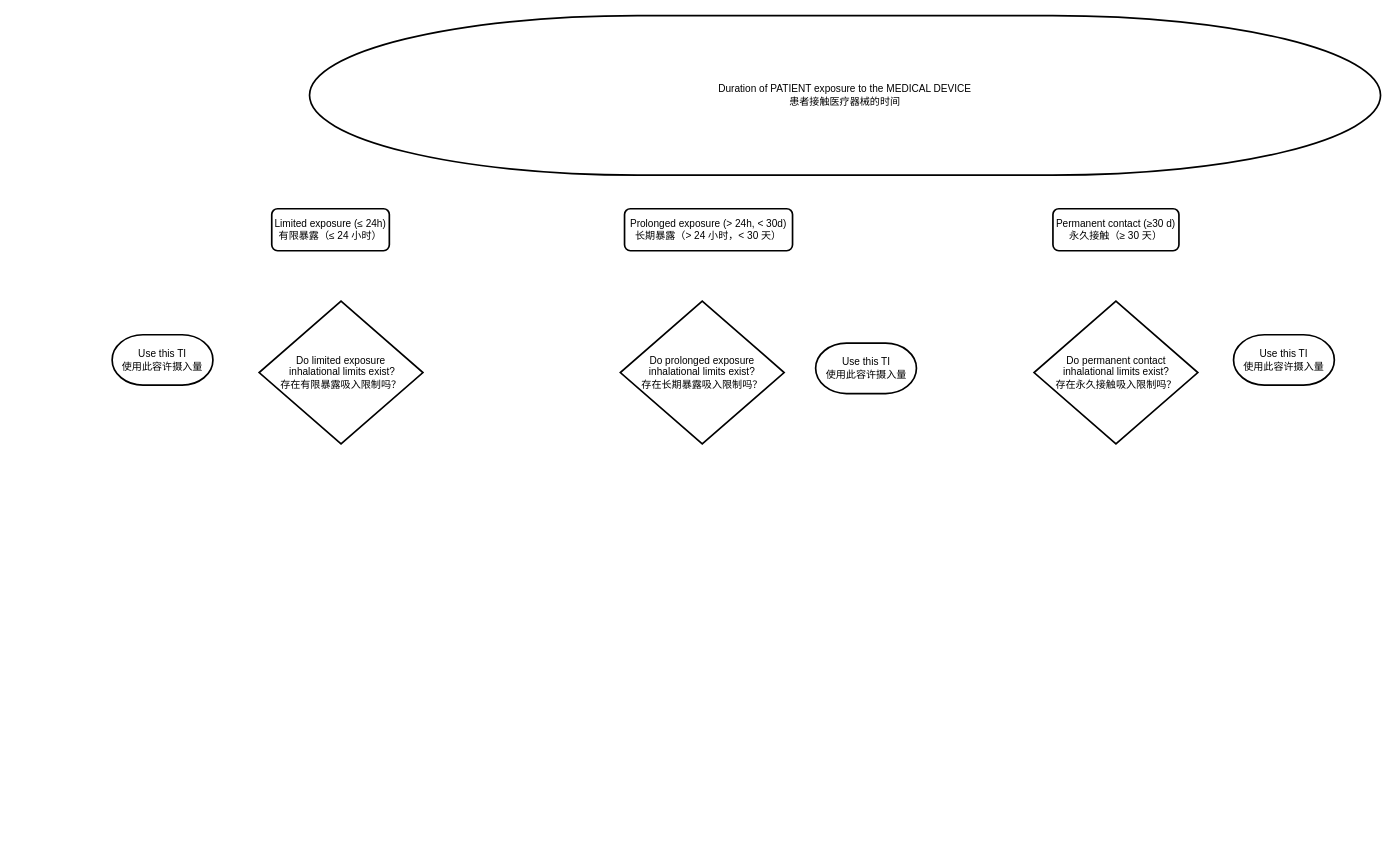
kamasylvia/draw.io keeps this draw.io diagram as ISO 18562-1 Fig 3.drawio. Above is the earlier version. Source tidied: cells renumbered, new cells numbered last; positions are measured from the earlier drawing's top-left corner, leaving out a move shared by most shapes. Both pictures are drawn from the tidied source at 84%, with x=0, y=0 at pixel (112, 15).
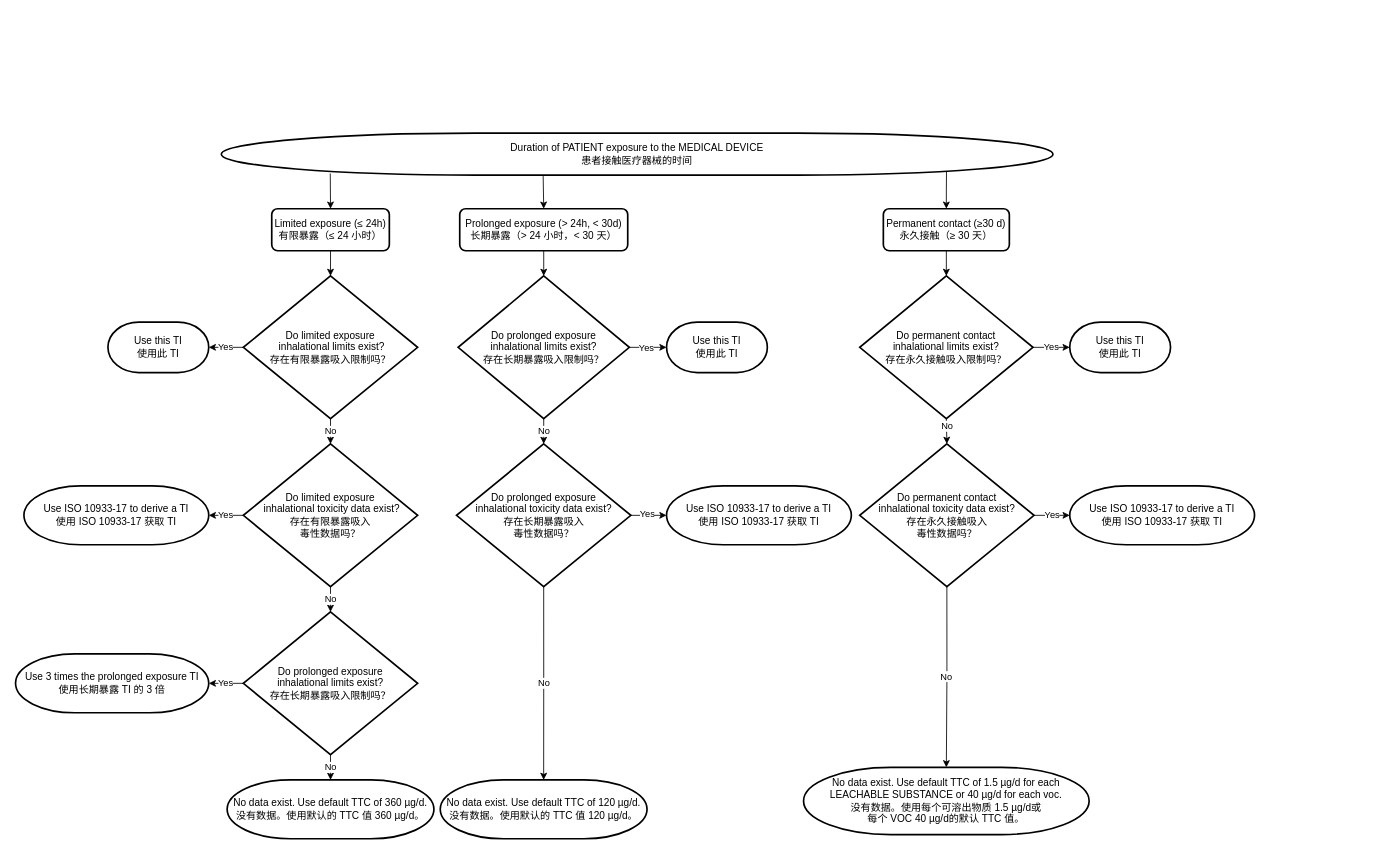
The same diagram, later.

Unchanged cells that the change refers to:
```xml
<mxCell id="3" value="Limited exposure (≤ 24h)&lt;br&gt;有限暴露（≤ 24 小时）" style="rounded=1;whiteSpace=wrap;html=1;absoluteArcSize=1;arcSize=14;strokeWidth=2;" parent="1" vertex="1">
  <mxGeometry x="190" y="230" width="140" height="50" as="geometry" />
</mxCell>
```

The edit, as a diff of the source:
```diff
@@
     <mxCell id="2" value="Duration of PATIENT exposure to the MEDICAL DEVICE&lt;br&gt;患者接触医疗器械的时间" style="strokeWidth=2;html=1;shape=mxgraph.flowchart.terminator;whiteSpace=wrap;" parent="1" vertex="1">
-      <mxGeometry x="235" width="1275" height="190" as="geometry" />
+      <mxGeometry x="130" y="140" width="990" height="50" as="geometry" />
     </mxCell>
+    <mxCell id="12" style="edgeStyle=orthogonalEdgeStyle;rounded=0;jettySize=auto;html=1;exitX=0.5;exitY=1;exitDx=0;exitDy=0;entryX=0.5;entryY=0;entryDx=0;entryDy=0;entryPerimeter=0;" parent="1" edge="1" source="3" target="6">
+      <mxGeometry relative="1" as="geometry" />
+    </mxCell>
@@
+    <mxCell id="13" style="edgeStyle=orthogonalEdgeStyle;rounded=0;jettySize=auto;html=1;exitX=0.5;exitY=0;exitDx=0;exitDy=0;entryX=0.387;entryY=1.022;entryDx=0;entryDy=0;entryPerimeter=0;startArrow=classic;startFill=1;endArrow=none;endFill=0;" parent="1" edge="1" source="4" target="2">
+      <mxGeometry relative="1" as="geometry" />
+    </mxCell>
+    <mxCell id="14" style="edgeStyle=orthogonalEdgeStyle;rounded=0;jettySize=auto;html=1;exitX=0.5;exitY=1;exitDx=0;exitDy=0;entryX=0.5;entryY=0;entryDx=0;entryDy=0;entryPerimeter=0;" parent="1" edge="1" source="4" target="8">
+      <mxGeometry relative="1" as="geometry" />
+    </mxCell>
     <mxCell id="4" value="Prolonged exposure (&amp;gt; 24h, &amp;lt; 30d)&lt;br&gt;长期暴露（&amp;gt; 24 小时，&amp;lt; 30 天）" style="rounded=1;whiteSpace=wrap;html=1;absoluteArcSize=1;arcSize=14;strokeWidth=2;" parent="1" vertex="1">
-      <mxGeometry x="610" y="230" width="200" height="50" as="geometry" />
+      <mxGeometry x="413.8" y="230" width="200" height="50" as="geometry" />
     </mxCell>
+    <mxCell id="15" style="edgeStyle=orthogonalEdgeStyle;rounded=0;jettySize=auto;html=1;exitX=0.5;exitY=0;exitDx=0;exitDy=0;entryX=0.872;entryY=0.919;entryDx=0;entryDy=0;entryPerimeter=0;endArrow=none;endFill=0;startArrow=classic;startFill=1;" parent="1" edge="1" source="5" target="2">
+      <mxGeometry relative="1" as="geometry" />
+    </mxCell>
+    <mxCell id="16" style="edgeStyle=orthogonalEdgeStyle;rounded=0;jettySize=auto;html=1;exitX=0.5;exitY=1;exitDx=0;exitDy=0;entryX=0.5;entryY=0;entryDx=0;entryDy=0;entryPerimeter=0;" parent="1" edge="1" source="5" target="9">
+      <mxGeometry relative="1" as="geometry" />
+    </mxCell>
     <mxCell id="5" value="Permanent contact (≥30 d)&lt;br&gt;永久接触（≥ 30 天）" style="rounded=1;whiteSpace=wrap;html=1;absoluteArcSize=1;arcSize=14;strokeWidth=2;" parent="1" vertex="1">
-      <mxGeometry x="1120" y="230" width="150" height="50" as="geometry" />
+      <mxGeometry x="918.1" y="230" width="150" height="50" as="geometry" />
     </mxCell>
+    <mxCell id="17" value="No" style="edgeStyle=orthogonalEdgeStyle;rounded=0;jettySize=auto;html=1;exitX=0.5;exitY=1;exitDx=0;exitDy=0;exitPerimeter=0;entryX=0.5;entryY=0;entryDx=0;entryDy=0;entryPerimeter=0;" parent="1" edge="1" source="6" target="27">
+      <mxGeometry relative="1" as="geometry" />
+    </mxCell>
+    <mxCell id="18" value="Yes" style="edgeStyle=orthogonalEdgeStyle;rounded=0;jettySize=auto;html=1;exitX=0;exitY=0.5;exitDx=0;exitDy=0;exitPerimeter=0;entryX=1;entryY=0.5;entryDx=0;entryDy=0;entryPerimeter=0;" parent="1" edge="1" source="6" target="7">
+      <mxGeometry relative="1" as="geometry" />
+    </mxCell>
     <mxCell id="6" value="Do limited exposure&lt;br&gt;&amp;nbsp;inhalational limits exist?&lt;br&gt;存在有限暴露吸入限制吗？" style="strokeWidth=2;html=1;shape=mxgraph.flowchart.decision;whiteSpace=wrap;" parent="1" vertex="1">
-      <mxGeometry x="175" y="340" width="195" height="170" as="geometry" />
+      <mxGeometry x="156.2" y="310" width="207.5" height="170" as="geometry" />
     </mxCell>
-    <mxCell id="7" value="Use this TI&lt;br&gt;使用此容许摄入量" style="strokeWidth=2;html=1;shape=mxgraph.flowchart.terminator;whiteSpace=wrap;" parent="1" vertex="1">
-      <mxGeometry y="380" width="120" height="60" as="geometry" />
+    <mxCell id="7" value="Use this TI&lt;br&gt;使用此 TI" style="strokeWidth=2;html=1;shape=mxgraph.flowchart.terminator;whiteSpace=wrap;" parent="1" vertex="1">
+      <mxGeometry x="-5" y="365" width="120" height="60" as="geometry" />
     </mxCell>
+    <mxCell id="19" value="No" style="edgeStyle=orthogonalEdgeStyle;rounded=0;jettySize=auto;html=1;exitX=0.5;exitY=1;exitDx=0;exitDy=0;exitPerimeter=0;entryX=0.5;entryY=0;entryDx=0;entryDy=0;entryPerimeter=0;" parent="1" edge="1" source="8" target="31">
+      <mxGeometry relative="1" as="geometry" />
+    </mxCell>
+    <mxCell id="20" style="edgeStyle=orthogonalEdgeStyle;rounded=0;jettySize=auto;html=1;exitX=1;exitY=0.5;exitDx=0;exitDy=0;exitPerimeter=0;entryX=0;entryY=0.5;entryDx=0;entryDy=0;entryPerimeter=0;" parent="1" edge="1" source="8" target="10">
+      <mxGeometry relative="1" as="geometry" />
+    </mxCell>
+    <mxCell id="21" value="Yes" style="edgeLabel;html=1;align=center;verticalAlign=middle;" parent="20" vertex="1">
+      <mxGeometry x="-0.09" relative="1" as="geometry" />
+    </mxCell>
     <mxCell id="8" value="Do prolonged exposure &lt;br&gt;inhalational limits exist?&lt;br&gt;存在长期暴露吸入限制吗？" style="strokeWidth=2;html=1;shape=mxgraph.flowchart.decision;whiteSpace=wrap;" parent="1" vertex="1">
-      <mxGeometry x="605" y="340" width="195" height="170" as="geometry" />
+      <mxGeometry x="411.9" y="310" width="203.8" height="170" as="geometry" />
     </mxCell>
+    <mxCell id="22" style="edgeStyle=orthogonalEdgeStyle;rounded=0;jettySize=auto;html=1;exitX=0.5;exitY=1;exitDx=0;exitDy=0;exitPerimeter=0;entryX=0.5;entryY=0;entryDx=0;entryDy=0;entryPerimeter=0;" parent="1" edge="1" source="9" target="34">
+      <mxGeometry relative="1" as="geometry" />
+    </mxCell>
+    <mxCell id="23" value="No" style="edgeLabel;html=1;align=center;verticalAlign=middle;" parent="22" vertex="1">
+      <mxGeometry x="-0.41" relative="1" as="geometry" />
+    </mxCell>
+    <mxCell id="24" value="Yes" style="edgeStyle=orthogonalEdgeStyle;rounded=0;jettySize=auto;html=1;exitX=1;exitY=0.5;exitDx=0;exitDy=0;exitPerimeter=0;entryX=0;entryY=0.5;entryDx=0;entryDy=0;entryPerimeter=0;" parent="1" edge="1" source="9" target="11">
+      <mxGeometry relative="1" as="geometry" />
+    </mxCell>
     <mxCell id="9" value="Do permanent contact&lt;br&gt;inhalational limits exist?&lt;br&gt;存在永久接触吸入限制吗？" style="strokeWidth=2;html=1;shape=mxgraph.flowchart.decision;whiteSpace=wrap;" parent="1" vertex="1">
-      <mxGeometry x="1097.5" y="340" width="195" height="170" as="geometry" />
+      <mxGeometry x="890" y="310" width="206.2" height="170" as="geometry" />
     </mxCell>
-    <mxCell id="10" value="Use this TI&lt;br&gt;使用此容许摄入量" style="strokeWidth=2;html=1;shape=mxgraph.flowchart.terminator;whiteSpace=wrap;" parent="1" vertex="1">
-      <mxGeometry x="837.5" y="390" width="120" height="60" as="geometry" />
+    <mxCell id="10" value="Use this TI&lt;br&gt;使用此 TI" style="strokeWidth=2;html=1;shape=mxgraph.flowchart.terminator;whiteSpace=wrap;" parent="1" vertex="1">
+      <mxGeometry x="660" y="365" width="120" height="60" as="geometry" />
     </mxCell>
-    <mxCell id="11" value="Use this TI&lt;br&gt;使用此容许摄入量" style="strokeWidth=2;html=1;shape=mxgraph.flowchart.terminator;whiteSpace=wrap;" parent="1" vertex="1">
-      <mxGeometry x="1335" y="380" width="120" height="60" as="geometry" />
+    <mxCell id="11" value="Use this TI&lt;br&gt;使用此 TI" style="strokeWidth=2;html=1;shape=mxgraph.flowchart.terminator;whiteSpace=wrap;" parent="1" vertex="1">
+      <mxGeometry x="1140" y="365" width="120" height="60" as="geometry" />
     </mxCell>
+    <mxCell id="25" value="Yes" style="edgeStyle=orthogonalEdgeStyle;rounded=0;jettySize=auto;html=1;exitX=0;exitY=0.5;exitDx=0;exitDy=0;exitPerimeter=0;entryX=1;entryY=0.5;entryDx=0;entryDy=0;entryPerimeter=0;" parent="1" edge="1" source="27" target="35">
+      <mxGeometry relative="1" as="geometry" />
+    </mxCell>
+    <mxCell id="26" value="No" style="edgeStyle=orthogonalEdgeStyle;rounded=0;jettySize=auto;html=1;exitX=0.5;exitY=1;exitDx=0;exitDy=0;exitPerimeter=0;entryX=0.5;entryY=0;entryDx=0;entryDy=0;entryPerimeter=0;" parent="1" edge="1" source="27" target="41">
+      <mxGeometry relative="1" as="geometry" />
+    </mxCell>
+    <mxCell id="27" value="Do limited exposure&lt;br&gt;&amp;nbsp;inhalational toxicity data exist?&lt;br&gt;存在有限暴露吸入&lt;br&gt;毒性数据吗？" style="strokeWidth=2;html=1;shape=mxgraph.flowchart.decision;whiteSpace=wrap;" parent="1" vertex="1">
+      <mxGeometry x="156.2" y="510" width="207.5" height="170" as="geometry" />
+    </mxCell>
+    <mxCell id="28" value="No" style="edgeStyle=orthogonalEdgeStyle;rounded=0;jettySize=auto;html=1;exitX=0.5;exitY=1;exitDx=0;exitDy=0;exitPerimeter=0;entryX=0.5;entryY=0;entryDx=0;entryDy=0;entryPerimeter=0;" parent="1" edge="1" source="31" target="43">
+      <mxGeometry relative="1" as="geometry" />
+    </mxCell>
+    <mxCell id="29" style="edgeStyle=orthogonalEdgeStyle;rounded=0;jettySize=auto;html=1;exitX=1;exitY=0.5;exitDx=0;exitDy=0;exitPerimeter=0;entryX=0;entryY=0.5;entryDx=0;entryDy=0;entryPerimeter=0;" parent="1" edge="1" source="31" target="36">
+      <mxGeometry relative="1" as="geometry" />
+    </mxCell>
+    <mxCell id="30" value="Yes" style="edgeLabel;html=1;align=center;verticalAlign=middle;" parent="29" vertex="1">
+      <mxGeometry x="-0.11" y="2" relative="1" as="geometry" />
+    </mxCell>
+    <mxCell id="31" value="Do prolonged exposure &lt;br&gt;inhalational toxicity data exist?&lt;br&gt;存在长期暴露吸入&lt;br&gt;毒性数据吗？" style="strokeWidth=2;html=1;shape=mxgraph.flowchart.decision;whiteSpace=wrap;" parent="1" vertex="1">
+      <mxGeometry x="410" y="510" width="207.5" height="170" as="geometry" />
+    </mxCell>
+    <mxCell id="32" value="Yes" style="edgeStyle=orthogonalEdgeStyle;rounded=0;jettySize=auto;html=1;exitX=1;exitY=0.5;exitDx=0;exitDy=0;exitPerimeter=0;entryX=0;entryY=0.5;entryDx=0;entryDy=0;entryPerimeter=0;" parent="1" edge="1" source="34" target="37">
+      <mxGeometry relative="1" as="geometry" />
+    </mxCell>
+    <mxCell id="33" value="No" style="edgeStyle=orthogonalEdgeStyle;rounded=0;jettySize=auto;html=1;exitX=0.5;exitY=1;exitDx=0;exitDy=0;exitPerimeter=0;entryX=0.5;entryY=0;entryDx=0;entryDy=0;entryPerimeter=0;" parent="1" edge="1" source="34" target="44">
+      <mxGeometry relative="1" as="geometry" />
+    </mxCell>
+    <mxCell id="34" value="Do permanent contact&lt;br&gt;inhalational toxicity data exist?&lt;br&gt;存在永久接触吸入&lt;br&gt;毒性数据吗？" style="strokeWidth=2;html=1;shape=mxgraph.flowchart.decision;whiteSpace=wrap;" parent="1" vertex="1">
+      <mxGeometry x="890" y="510" width="207.5" height="170" as="geometry" />
+    </mxCell>
+    <mxCell id="35" value="Use ISO 10933-17 to derive a TI&lt;br&gt;使用 ISO 10933-17 获取 TI" style="strokeWidth=2;html=1;shape=mxgraph.flowchart.terminator;whiteSpace=wrap;" parent="1" vertex="1">
+      <mxGeometry x="-105" y="560" width="220" height="70" as="geometry" />
+    </mxCell>
+    <mxCell id="36" value="Use ISO 10933-17 to derive a TI&lt;br&gt;使用 ISO 10933-17 获取 TI" style="strokeWidth=2;html=1;shape=mxgraph.flowchart.terminator;whiteSpace=wrap;" parent="1" vertex="1">
+      <mxGeometry x="660" y="560" width="220" height="70" as="geometry" />
+    </mxCell>
+    <mxCell id="37" value="Use ISO 10933-17 to derive a TI&lt;br&gt;使用 ISO 10933-17 获取 TI" style="strokeWidth=2;html=1;shape=mxgraph.flowchart.terminator;whiteSpace=wrap;" parent="1" vertex="1">
+      <mxGeometry x="1140" y="560" width="220" height="70" as="geometry" />
+    </mxCell>
+    <mxCell id="38" value="No data exist. Use default TTC of 360 µg/d.&lt;br&gt;没有数据。使用默认的 TTC 值 360 µg/d。" style="strokeWidth=2;html=1;shape=mxgraph.flowchart.terminator;whiteSpace=wrap;" parent="1" vertex="1">
+      <mxGeometry x="136.9" y="910" width="246.2" height="70" as="geometry" />
+    </mxCell>
+    <mxCell id="39" value="Yes" style="edgeStyle=orthogonalEdgeStyle;rounded=0;jettySize=auto;html=1;exitX=0;exitY=0.5;exitDx=0;exitDy=0;exitPerimeter=0;entryX=1;entryY=0.5;entryDx=0;entryDy=0;entryPerimeter=0;" parent="1" edge="1" source="41" target="42">
+      <mxGeometry relative="1" as="geometry" />
+    </mxCell>
+    <mxCell id="40" value="No" style="edgeStyle=orthogonalEdgeStyle;rounded=0;jettySize=auto;html=1;exitX=0.5;exitY=1;exitDx=0;exitDy=0;exitPerimeter=0;entryX=0.5;entryY=0;entryDx=0;entryDy=0;entryPerimeter=0;" parent="1" edge="1" source="41" target="38">
+      <mxGeometry relative="1" as="geometry" />
+    </mxCell>
+    <mxCell id="41" value="Do prolonged exposure &lt;br&gt;inhalational limits exist?&lt;br&gt;存在长期暴露吸入限制吗？" style="strokeWidth=2;html=1;shape=mxgraph.flowchart.decision;whiteSpace=wrap;" parent="1" vertex="1">
+      <mxGeometry x="156.2" y="710" width="207.5" height="170" as="geometry" />
+    </mxCell>
+    <mxCell id="42" value="Use 3 times the prolonged exposure TI&lt;br&gt;使用长期暴露 TI 的 3 倍" style="strokeWidth=2;html=1;shape=mxgraph.flowchart.terminator;whiteSpace=wrap;" parent="1" vertex="1">
+      <mxGeometry x="-115" y="760" width="230" height="70" as="geometry" />
+    </mxCell>
+    <mxCell id="43" value="No data exist. Use default TTC of 120 µg/d.&lt;br&gt;没有数据。使用默认的 TTC 值 120 µg/d。" style="strokeWidth=2;html=1;shape=mxgraph.flowchart.terminator;whiteSpace=wrap;" parent="1" vertex="1">
+      <mxGeometry x="390.6" y="910" width="246.2" height="70" as="geometry" />
+    </mxCell>
+    <mxCell id="44" value="No data exist. Use default TTC of 1.5 µg/d for each LEACHABLE SUBSTANCE or 40 µg/d for each voc.&lt;br&gt;没有数据。使用每个可溶出物质 1.5 µg/d或&lt;br&gt;每个 VOC 40 µg/d的默认 TTC 值。" style="strokeWidth=2;html=1;shape=mxgraph.flowchart.terminator;whiteSpace=wrap;" parent="1" vertex="1">
+      <mxGeometry x="823.1" y="895" width="340" height="80" as="geometry" />
+    </mxCell>
+    <mxCell id="45" style="endArrow=classic;html=1;rounded=0;exitX=0.131;exitY=0.961;exitDx=0;exitDy=0;exitPerimeter=0;entryX=0.5;entryY=0;entryDx=0;entryDy=0;" parent="1" edge="1" source="2" target="3">
+      <mxGeometry relative="1" as="geometry" />
+    </mxCell>
```
